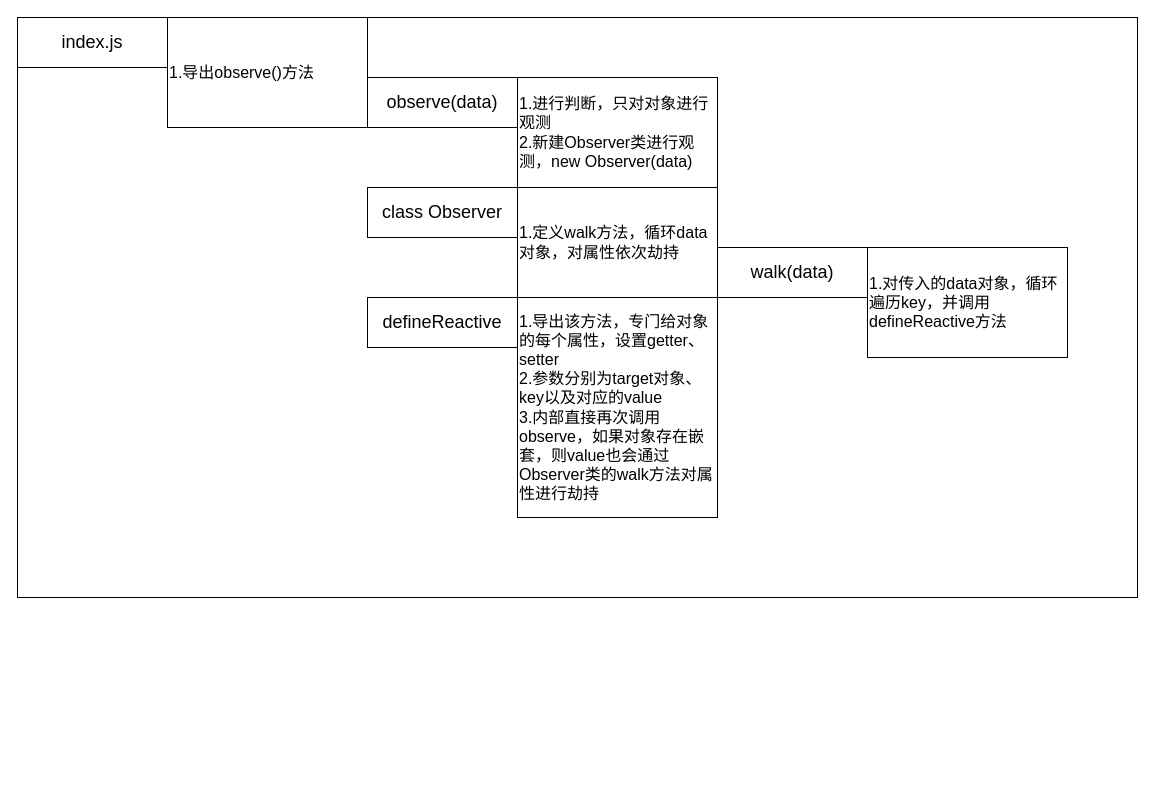
This is page "observe/index.js" (4 of 5) of vue2.drawio from Saiable/drawio, a draw.io file, before an edit. Source tidied: cells renumbered, new cells numbered last; positions are measured from the earlier drawing's top-left corner, leaving out a move shared by most shapes. Both pictures are drawn from the tidied source at 100%, with x=0, y=0 at pixel (17, 17).
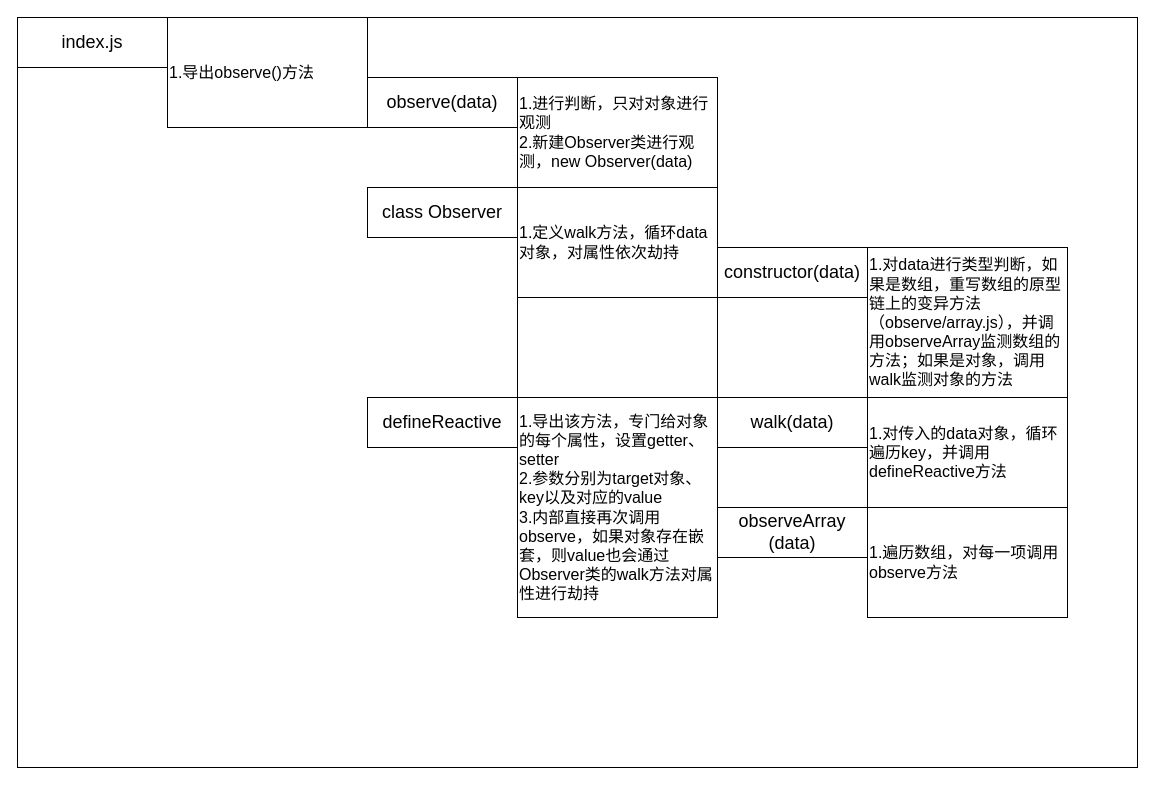
The same diagram, later.

Diff of the diagram source:
```diff
@@
     <mxCell id="2" style="rounded=0;whiteSpace=wrap;html=1;fontSize=18;" parent="1" vertex="1">
-      <mxGeometry width="1120" height="580" as="geometry" />
+      <mxGeometry width="1120" height="750" as="geometry" />
     </mxCell>
@@
     <mxCell id="9" value="&lt;font style=&quot;font-size: 18px;&quot;&gt;defineReactive&lt;/font&gt;" style="rounded=0;whiteSpace=wrap;html=1;strokeColor=default;fontFamily=Helvetica;fontSize=16;fontColor=default;fillColor=default;align=center;" parent="1" vertex="1">
-      <mxGeometry x="350" y="280" width="150" height="50" as="geometry" />
+      <mxGeometry x="350" y="380" width="150" height="50" as="geometry" />
     </mxCell>
     <mxCell id="10" value="&lt;font style=&quot;border-color: var(--border-color);&quot;&gt;1.导出该方法，专门给对象的每个属性，设置getter、setter&lt;br&gt;2.参数分别为target对象、key以及对应的value&lt;br&gt;3.内部直接再次调用observe，如果对象存在嵌套，则value也会通过Observer类的walk方法对属性进行劫持&lt;br&gt;&lt;/font&gt;" style="rounded=0;whiteSpace=wrap;html=1;strokeColor=default;fontFamily=Helvetica;fontSize=16;fontColor=default;fillColor=default;align=left;" parent="1" vertex="1">
-      <mxGeometry x="500" y="280" width="200" height="220" as="geometry" />
+      <mxGeometry x="500" y="380" width="200" height="220" as="geometry" />
     </mxCell>
-    <mxCell id="11" value="&lt;font style=&quot;font-size: 18px;&quot;&gt;walk(data)&lt;/font&gt;" style="rounded=0;whiteSpace=wrap;html=1;strokeColor=default;fontFamily=Helvetica;fontSize=16;fontColor=default;fillColor=default;align=center;" parent="1" vertex="1">
+    <mxCell id="11" value="&lt;font style=&quot;font-size: 18px;&quot;&gt;constructor(data)&lt;/font&gt;" style="rounded=0;whiteSpace=wrap;html=1;strokeColor=default;fontFamily=Helvetica;fontSize=16;fontColor=default;fillColor=default;align=center;" parent="1" vertex="1">
       <mxGeometry x="700" y="230" width="150" height="50" as="geometry" />
     </mxCell>
-    <mxCell id="12" value="&lt;font style=&quot;border-color: var(--border-color);&quot;&gt;1.对传入的data对象，循环遍历key，并调用defineReactive方法&lt;br&gt;&lt;/font&gt;" style="rounded=0;whiteSpace=wrap;html=1;strokeColor=default;fontFamily=Helvetica;fontSize=16;fontColor=default;fillColor=default;align=left;" parent="1" vertex="1">
-      <mxGeometry x="850" y="230" width="200" height="110" as="geometry" />
+    <mxCell id="12" value="&lt;font style=&quot;border-color: var(--border-color);&quot;&gt;1.对data进行类型判断，如果是数组，重写数组的原型链上的变异方法（observe/array.js），并调用observeArray监测数组的方法；如果是对象，调用walk监测对象的方法&lt;br&gt;&lt;/font&gt;" style="rounded=0;whiteSpace=wrap;html=1;strokeColor=default;fontFamily=Helvetica;fontSize=16;fontColor=default;fillColor=default;align=left;" parent="1" vertex="1">
+      <mxGeometry x="850" y="230" width="200" height="150" as="geometry" />
     </mxCell>
+    <mxCell id="13" value="&lt;font style=&quot;border-color: var(--border-color);&quot;&gt;1.对传入的data对象，循环遍历key，并调用defineReactive方法&lt;br&gt;&lt;/font&gt;" style="rounded=0;whiteSpace=wrap;html=1;strokeColor=default;fontFamily=Helvetica;fontSize=16;fontColor=default;fillColor=default;align=left;" parent="1" vertex="1">
+      <mxGeometry x="850" y="380" width="200" height="110" as="geometry" />
+    </mxCell>
+    <mxCell id="14" style="endArrow=none;html=1;rounded=0;fontFamily=Helvetica;fontSize=18;fontColor=default;exitX=1;exitY=0.25;exitDx=0;exitDy=0;" parent="1" edge="1" source="9">
+      <mxGeometry relative="1" as="geometry">
+        <mxPoint x="500" y="280" as="targetPoint" />
+      </mxGeometry>
+    </mxCell>
+    <mxCell id="15" value="&lt;font style=&quot;font-size: 18px;&quot;&gt;walk(data)&lt;/font&gt;" style="rounded=0;whiteSpace=wrap;html=1;strokeColor=default;fontFamily=Helvetica;fontSize=16;fontColor=default;fillColor=default;align=center;" parent="1" vertex="1">
+      <mxGeometry x="700" y="380" width="150" height="50" as="geometry" />
+    </mxCell>
+    <mxCell id="16" value="&lt;font style=&quot;border-color: var(--border-color);&quot;&gt;1.遍历数组，对每一项调用observe方法&lt;br&gt;&lt;/font&gt;" style="rounded=0;whiteSpace=wrap;html=1;strokeColor=default;fontFamily=Helvetica;fontSize=16;fontColor=default;fillColor=default;align=left;" parent="1" vertex="1">
+      <mxGeometry x="850" y="490" width="200" height="110" as="geometry" />
+    </mxCell>
+    <mxCell id="17" value="&lt;font style=&quot;font-size: 18px;&quot;&gt;observeArray&lt;br&gt;(data)&lt;/font&gt;" style="rounded=0;whiteSpace=wrap;html=1;strokeColor=default;fontFamily=Helvetica;fontSize=16;fontColor=default;fillColor=default;align=center;" parent="1" vertex="1">
+      <mxGeometry x="700" y="490" width="150" height="50" as="geometry" />
+    </mxCell>
+    <mxCell id="18" style="endArrow=none;html=1;rounded=0;fontFamily=Helvetica;fontSize=18;fontColor=default;exitX=1;exitY=0.25;exitDx=0;exitDy=0;" parent="1" edge="1">
+      <mxGeometry relative="1" as="geometry">
+        <mxPoint x="700" y="392.5" as="sourcePoint" />
+        <mxPoint x="700" y="280" as="targetPoint" />
+      </mxGeometry>
+    </mxCell>
```
